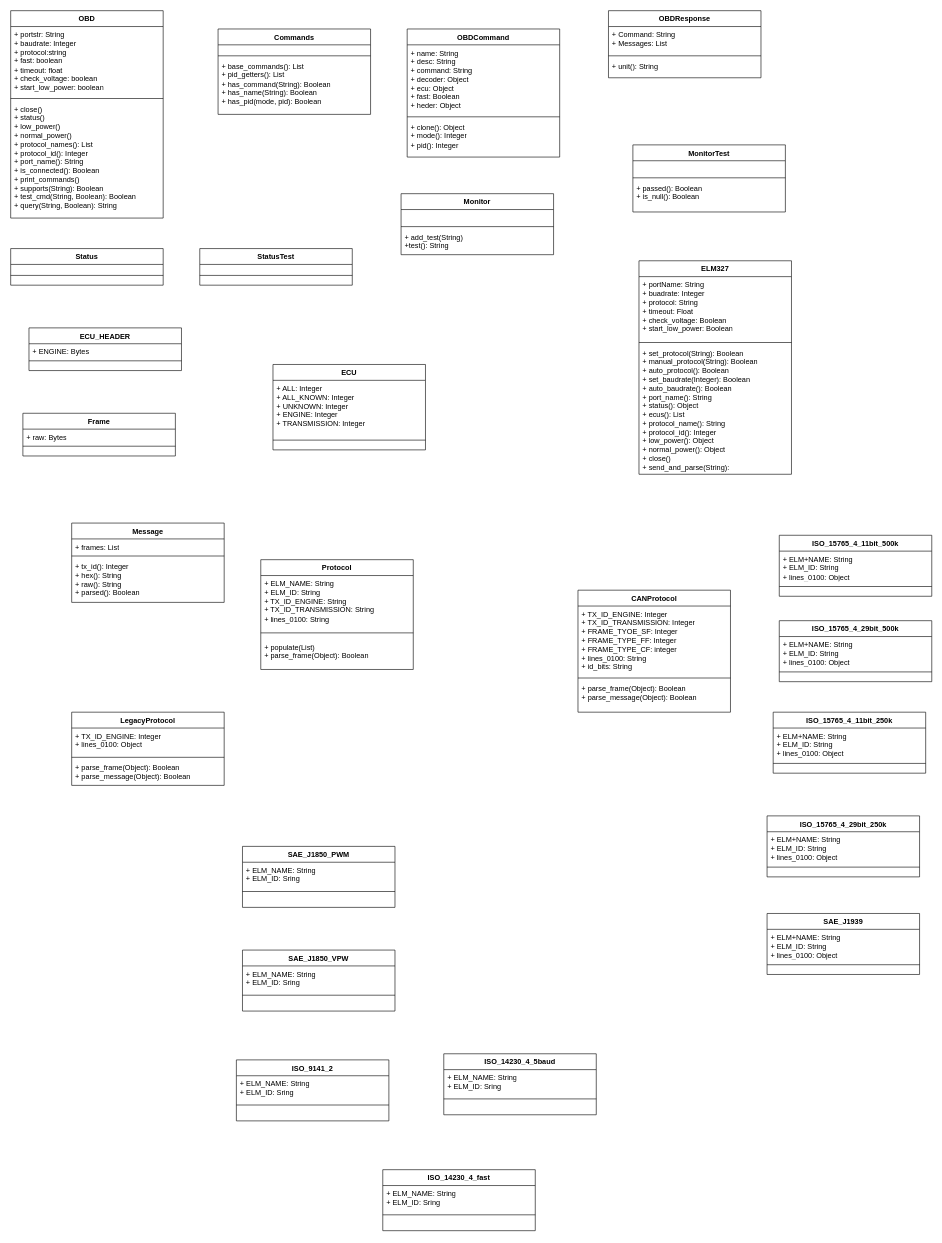
This is docs/python-OBD.drawio from ironiot/bcit-issp, a draw.io file, before an edit. Source tidied: cells renumbered, new cells numbered last; positions are measured from the earlier drawing's top-left corner, leaving out a move shared by most shapes. Both pictures are drawn from the tidied source at 61%, with x=0, y=0 at pixel (10, 10).
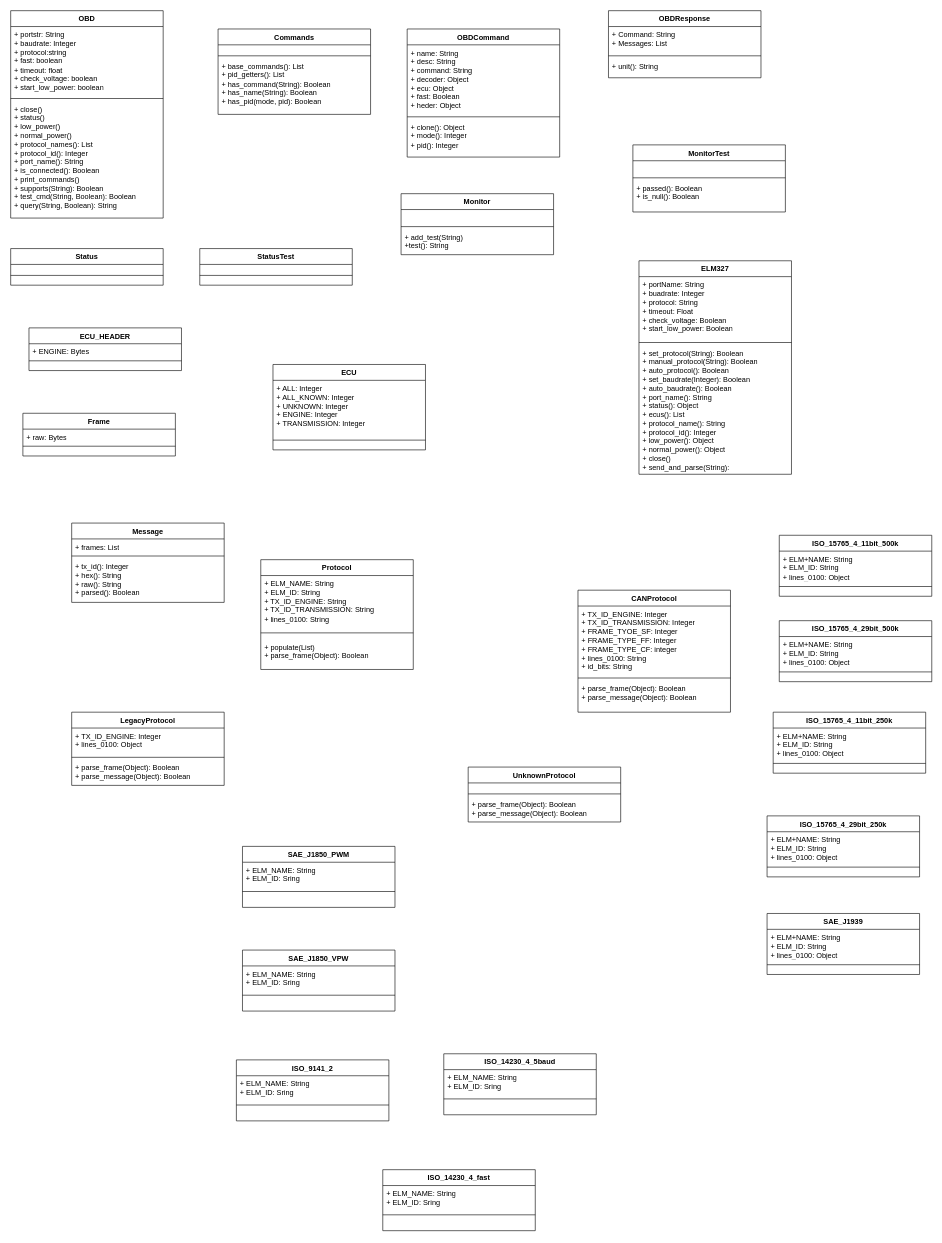
The same page after the edit.

Commit message (it also covers changes not shown here):
updated the UML class diagram of UnknownProtocol class

What changed in the source:
```diff
@@
+    <mxCell id="106" value="UnknownProtocol" style="swimlane;fontStyle=1;align=center;verticalAlign=top;horizontal=1;startSize=26;whiteSpace=wrap;html=1;" parent="1" vertex="1">
+      <mxGeometry x="750" y="1240" width="250" height="90" as="geometry" />
+    </mxCell>
+    <mxCell id="107" value="&lt;div&gt;&lt;br&gt;&lt;/div&gt;" style="text;strokeColor=none;fillColor=none;align=left;verticalAlign=top;spacingLeft=4;spacingRight=4;overflow=hidden;whiteSpace=wrap;html=1;" parent="106" vertex="1">
+      <mxGeometry y="26" width="250" height="14" as="geometry" />
+    </mxCell>
+    <mxCell id="108" style="line;strokeWidth=1;fillColor=none;align=left;verticalAlign=middle;spacingTop=-1;spacingLeft=3;spacingRight=3;labelPosition=right;strokeColor=inherit;" parent="106" vertex="1">
+      <mxGeometry y="40" width="250" height="8" as="geometry" />
+    </mxCell>
+    <mxCell id="109" value="&lt;div&gt;+ parse_frame(Object): Boolean&lt;/div&gt;&lt;div&gt;+ parse_message(Object): Boolean&lt;/div&gt;" style="text;strokeColor=none;fillColor=none;align=left;verticalAlign=top;spacingLeft=4;spacingRight=4;overflow=hidden;whiteSpace=wrap;html=1;" parent="106" vertex="1">
+      <mxGeometry y="48" width="250" height="42" as="geometry" />
+    </mxCell>
```
